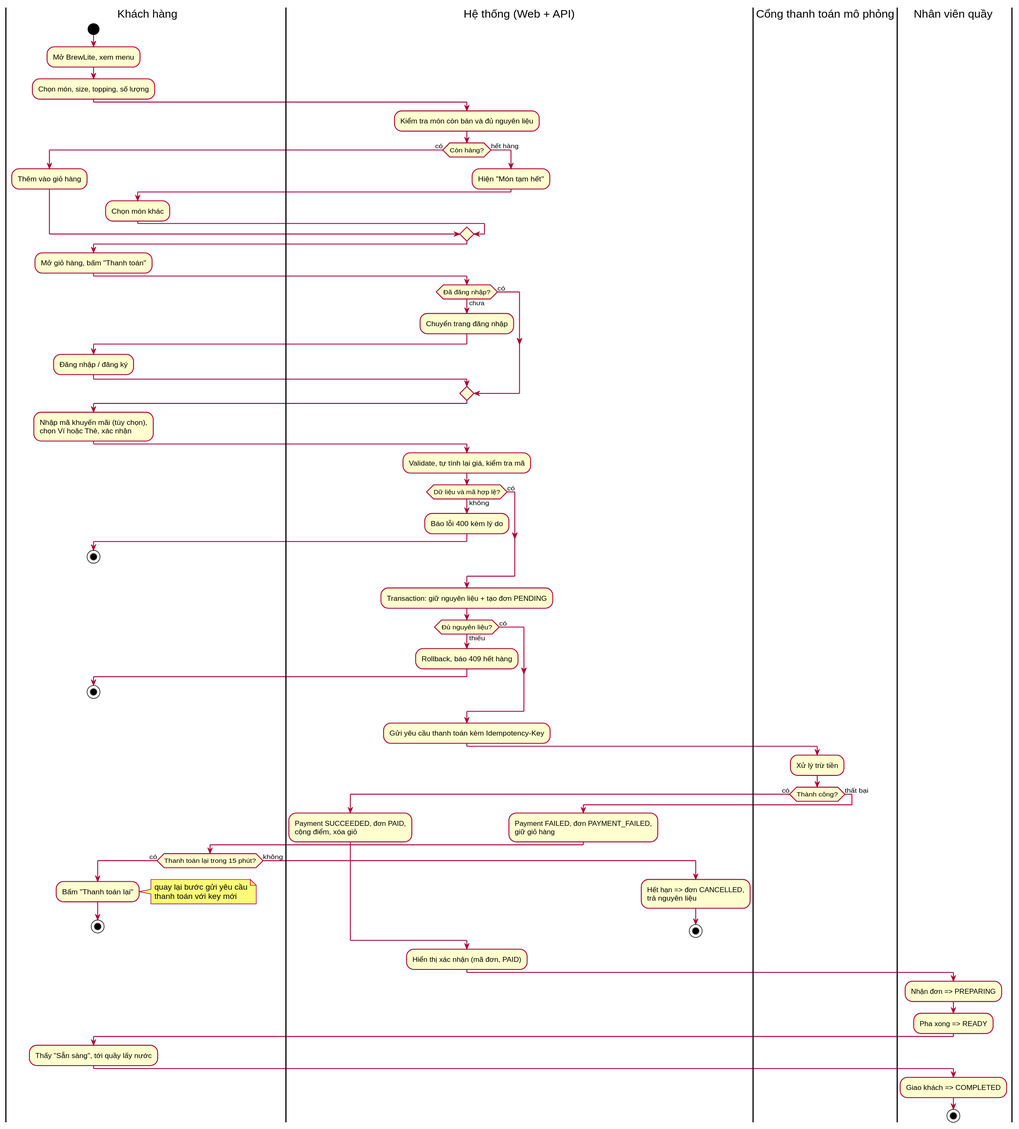
Above: docs/diagrams/activity-checkout.svg in dinh-hung-116/BrewLite-Assignment2 (PlantUML), before the change. The source it was exported from:
```plantuml
@startuml activity-checkout
skinparam shadowing false
|Khách hàng|
start
:Mở BrewLite, xem menu;
:Chọn món, size, topping, số lượng;
|Hệ thống (Web + API)|
:Kiểm tra món còn bán và đủ nguyên liệu;
if (Còn hàng?) then (có)
  |Khách hàng|
  :Thêm vào giỏ hàng;
else (hết hàng)
  |Hệ thống (Web + API)|
  :Hiện "Món tạm hết";
  |Khách hàng|
  :Chọn món khác;
endif
|Khách hàng|
:Mở giỏ hàng, bấm "Thanh toán";
|Hệ thống (Web + API)|
if (Đã đăng nhập?) then (có)
else (chưa)
  :Chuyển trang đăng nhập;
  |Khách hàng|
  :Đăng nhập / đăng ký;
  |Hệ thống (Web + API)|
endif
|Khách hàng|
:Nhập mã khuyến mãi (tùy chọn),\nchọn Ví hoặc Thẻ, xác nhận;
|Hệ thống (Web + API)|
:Validate, tự tính lại giá, kiểm tra mã;
if (Dữ liệu và mã hợp lệ?) then (có)
else (không)
  :Báo lỗi 400 kèm lý do;
  |Khách hàng|
  stop
endif
|Hệ thống (Web + API)|
:Transaction: giữ nguyên liệu + tạo đơn PENDING;
if (Đủ nguyên liệu?) then (có)
else (thiếu)
  :Rollback, báo 409 hết hàng;
  |Khách hàng|
  stop
endif
|Hệ thống (Web + API)|
:Gửi yêu cầu thanh toán kèm Idempotency-Key;
|Cổng thanh toán mô phỏng|
:Xử lý trừ tiền;
if (Thành công?) then (có)
  |Hệ thống (Web + API)|
  :Payment SUCCEEDED, đơn PAID,\ncộng điểm, xóa giỏ;
else (thất bại)
  |Hệ thống (Web + API)|
  :Payment FAILED, đơn PAYMENT_FAILED,\ngiữ giỏ hàng;
  |Khách hàng|
  if (Thanh toán lại trong 15 phút?) then (có)
    :Bấm "Thanh toán lại";
    note right: quay lại bước gửi yêu cầu\nthanh toán với key mới
    stop
  else (không)
    |Hệ thống (Web + API)|
    :Hết hạn => đơn CANCELLED,\ntrả nguyên liệu;
    stop
  endif
endif
|Hệ thống (Web + API)|
:Hiển thị xác nhận (mã đơn, PAID);
|Nhân viên quầy|
:Nhận đơn => PREPARING;
:Pha xong => READY;
|Khách hàng|
:Thấy "Sẵn sàng", tới quầy lấy nước;
|Nhân viên quầy|
:Giao khách => COMPLETED;
stop
@enduml
```
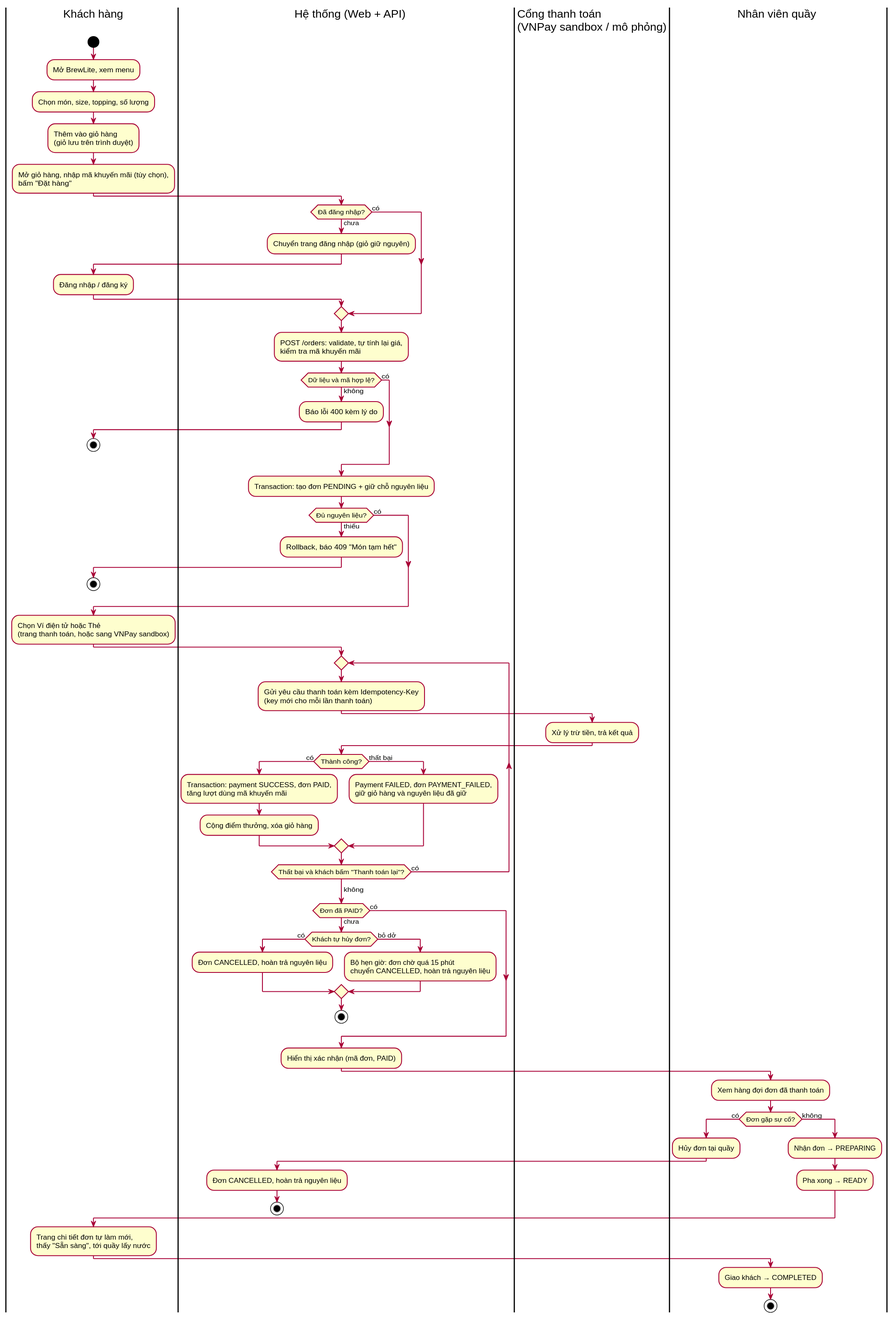
Later version of the same file.

Commit message:
docs(diagrams): sửa activity, sequence, class theo code và schema thật

Change to the diagram source:
```diff
@@ -4,31 +4,17 @@
 start
 :Mở BrewLite, xem menu;
 :Chọn món, size, topping, số lượng;
-|Hệ thống (Web + API)|
-:Kiểm tra món còn bán và đủ nguyên liệu;
-if (Còn hàng?) then (có)
-  |Khách hàng|
-  :Thêm vào giỏ hàng;
-else (hết hàng)
-  |Hệ thống (Web + API)|
-  :Hiện "Món tạm hết";
-  |Khách hàng|
-  :Chọn món khác;
-endif
-|Khách hàng|
-:Mở giỏ hàng, bấm "Thanh toán";
+:Thêm vào giỏ hàng\n(giỏ lưu trên trình duyệt);
+:Mở giỏ hàng, nhập mã khuyến mãi (tùy chọn),\nbấm "Đặt hàng";
 |Hệ thống (Web + API)|
 if (Đã đăng nhập?) then (có)
 else (chưa)
-  :Chuyển trang đăng nhập;
+  :Chuyển trang đăng nhập (giỏ giữ nguyên);
   |Khách hàng|
   :Đăng nhập / đăng ký;
   |Hệ thống (Web + API)|
 endif
-|Khách hàng|
-:Nhập mã khuyến mãi (tùy chọn),\nchọn Ví hoặc Thẻ, xác nhận;
-|Hệ thống (Web + API)|
-:Validate, tự tính lại giá, kiểm tra mã;
+:POST /orders: validate, tự tính lại giá,\nkiểm tra mã khuyến mãi;
 if (Dữ liệu và mã hợp lệ?) then (có)
 else (không)
   :Báo lỗi 400 kèm lý do;
@@ -36,42 +22,55 @@
   stop
 endif
 |Hệ thống (Web + API)|
-:Transaction: giữ nguyên liệu + tạo đơn PENDING;
+:Transaction: tạo đơn PENDING + giữ chỗ nguyên liệu;
 if (Đủ nguyên liệu?) then (có)
 else (thiếu)
-  :Rollback, báo 409 hết hàng;
+  :Rollback, báo 409 "Món tạm hết";
   |Khách hàng|
   stop
 endif
-|Hệ thống (Web + API)|
-:Gửi yêu cầu thanh toán kèm Idempotency-Key;
-|Cổng thanh toán mô phỏng|
-:Xử lý trừ tiền;
-if (Thành công?) then (có)
+|Khách hàng|
+:Chọn Ví điện tử hoặc Thẻ\n(trang thanh toán, hoặc sang VNPay sandbox);
+repeat
   |Hệ thống (Web + API)|
-  :Payment SUCCEEDED, đơn PAID,\ncộng điểm, xóa giỏ;
-else (thất bại)
+  :Gửi yêu cầu thanh toán kèm Idempotency-Key\n(key mới cho mỗi lần thanh toán);
+  |Cổng thanh toán\n(VNPay sandbox / mô phỏng)|
+  :Xử lý trừ tiền, trả kết quả;
   |Hệ thống (Web + API)|
-  :Payment FAILED, đơn PAYMENT_FAILED,\ngiữ giỏ hàng;
-  |Khách hàng|
-  if (Thanh toán lại trong 15 phút?) then (có)
-    :Bấm "Thanh toán lại";
-    note right: quay lại bước gửi yêu cầu\nthanh toán với key mới
-    stop
-  else (không)
-    |Hệ thống (Web + API)|
-    :Hết hạn => đơn CANCELLED,\ntrả nguyên liệu;
-    stop
+  if (Thành công?) then (có)
+    :Transaction: payment SUCCESS, đơn PAID,\ntăng lượt dùng mã khuyến mãi;
+    :Cộng điểm thưởng, xóa giỏ hàng;
+  else (thất bại)
+    :Payment FAILED, đơn PAYMENT_FAILED,\ngiữ giỏ hàng và nguyên liệu đã giữ;
   endif
+repeat while (Thất bại và khách bấm "Thanh toán lại"?) is (có)
+->không;
+if (Đơn đã PAID?) then (có)
+else (chưa)
+  if (Khách tự hủy đơn?) then (có)
+    :Đơn CANCELLED, hoàn trả nguyên liệu;
+  else (bỏ dở)
+    :Bộ hẹn giờ: đơn chờ quá 15 phút\nchuyển CANCELLED, hoàn trả nguyên liệu;
+  endif
+  stop
 endif
 |Hệ thống (Web + API)|
 :Hiển thị xác nhận (mã đơn, PAID);
 |Nhân viên quầy|
-:Nhận đơn => PREPARING;
-:Pha xong => READY;
+:Xem hàng đợi đơn đã thanh toán;
+if (Đơn gặp sự cố?) then (có)
+  :Hủy đơn tại quầy;
+  |Hệ thống (Web + API)|
+  :Đơn CANCELLED, hoàn trả nguyên liệu;
+  stop
+else (không)
+  |Nhân viên quầy|
+  :Nhận đơn → PREPARING;
+  :Pha xong → READY;
+endif
 |Khách hàng|
-:Thấy "Sẵn sàng", tới quầy lấy nước;
+:Trang chi tiết đơn tự làm mới,\nthấy "Sẵn sàng", tới quầy lấy nước;
 |Nhân viên quầy|
-:Giao khách => COMPLETED;
+:Giao khách → COMPLETED;
 stop
 @enduml
```
